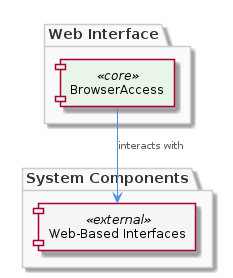
fwornle/coding keeps this PlantUML diagram as .data/knowledge-graph/insights/images/browser-access-architecture.png. Above is the earlier version. Its source is kept beside it as .data/knowledge-graph/insights/puml/browser-access-architecture.puml. The source it was exported from:
```plantuml
@startuml
!include /coding/docs/puml/_standard-style.puml

package "Web Interface" {
  component "BrowserAccess" as ba <<core>>
}

package "System Components" {
  component "Web-Based Interfaces" as wbi <<external>>
}

ba --> wbi : interacts with

@enduml
```
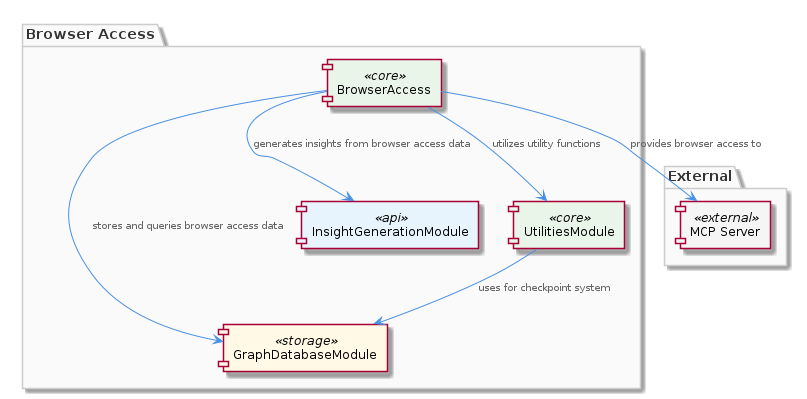
After the change.

The edit, as a diff of the source:
```diff
@@ -1,14 +1,21 @@
 @startuml
 !include /coding/docs/puml/_standard-style.puml
 
-package "Web Interface" {
+package "Browser Access" {
   component "BrowserAccess" as ba <<core>>
+  component "GraphDatabaseModule" as gdm <<storage>>
+  component "InsightGenerationModule" as igm <<api>>
+  component "UtilitiesModule" as um <<core>>
 }
 
-package "System Components" {
-  component "Web-Based Interfaces" as wbi <<external>>
+ba --> gdm : stores and queries browser access data
+ba --> igm : generates insights from browser access data
+ba --> um : utilizes utility functions
+um --> gdm : uses for checkpoint system
+
+package "External" {
+  component "MCP Server" as mcp <<external>>
+  ba --> mcp : provides browser access to
 }
 
-ba --> wbi : interacts with
-
 @enduml
```
